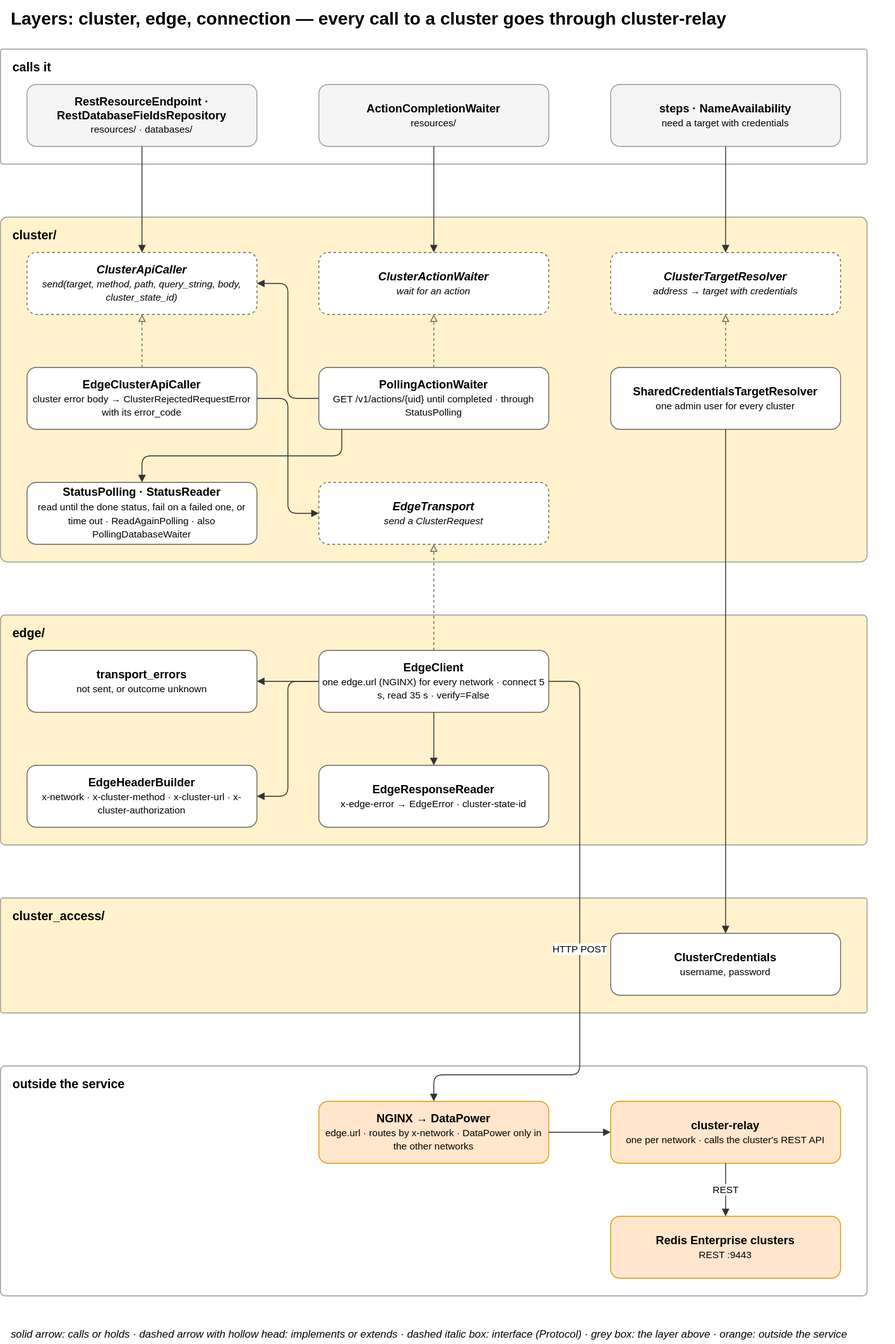
Before: docs/diagrams/08-layer-transport.drawio.svg, a diagram exported from draw.io (EliShteinman/redis-enterprise-services). Source tidied: cells renumbered, new cells last; positions are measured from the earlier drawing's top-left corner, leaving out a move shared by most shapes.
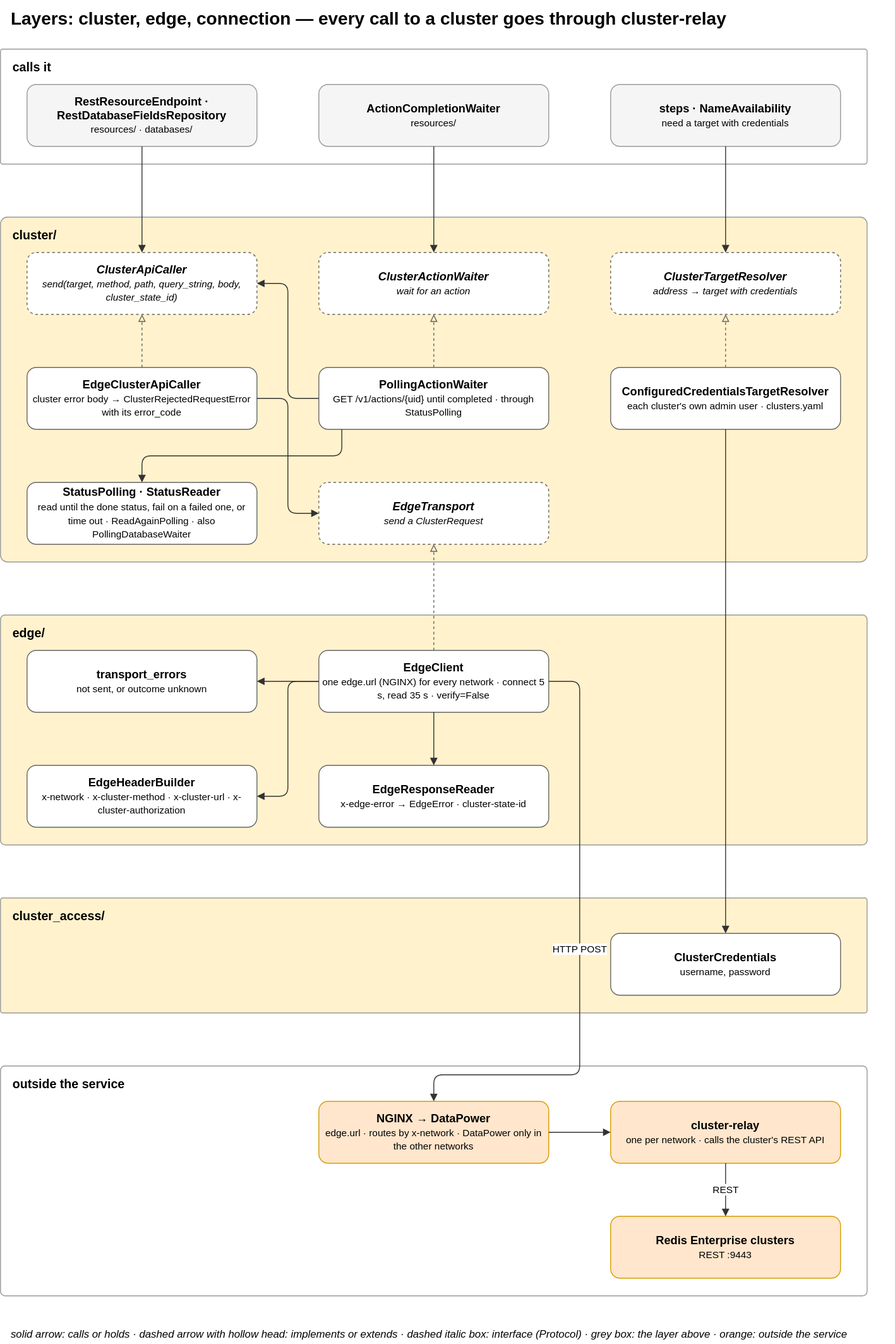
The same file after the commit.

Diff of the diagram source:
```diff
@@ -35,7 +35,7 @@
     <mxCell id="12" value="&lt;b&gt;PollingActionWaiter&lt;/b&gt;&lt;br&gt;&lt;font style='font-size:11px'&gt;GET /v1/actions/{uid} until completed · through StatusPolling&lt;/font&gt;" style="rounded=1;whiteSpace=wrap;html=1;fillColor=#ffffff;strokeColor=#666666;fontSize=13;" parent="1" vertex="1">
       <mxGeometry x="360" y="415" width="260" height="70" as="geometry" />
     </mxCell>
-    <mxCell id="13" value="&lt;b&gt;SharedCredentialsTargetResolver&lt;/b&gt;&lt;br&gt;&lt;font style='font-size:11px'&gt;one admin user for every cluster&lt;/font&gt;" style="rounded=1;whiteSpace=wrap;html=1;fillColor=#ffffff;strokeColor=#666666;fontSize=13;" parent="1" vertex="1">
+    <mxCell id="13" value="&lt;b&gt;ConfiguredCredentialsTargetResolver&lt;/b&gt;&lt;br&gt;&lt;font style='font-size:11px'&gt;each cluster's own admin user · clusters.yaml&lt;/font&gt;" style="rounded=1;whiteSpace=wrap;html=1;fillColor=#ffffff;strokeColor=#666666;fontSize=13;" parent="1" vertex="1">
       <mxGeometry x="690" y="415" width="260" height="70" as="geometry" />
     </mxCell>
     <mxCell id="14" value="&lt;b&gt;EdgeTransport&lt;/b&gt;&lt;br&gt;&lt;font style='font-size:11px'&gt;send a ClusterRequest&lt;/font&gt;" style="rounded=1;whiteSpace=wrap;html=1;fillColor=#ffffff;strokeColor=#666666;fontSize=13;dashed=1;fontStyle=2;" parent="1" vertex="1">
```
